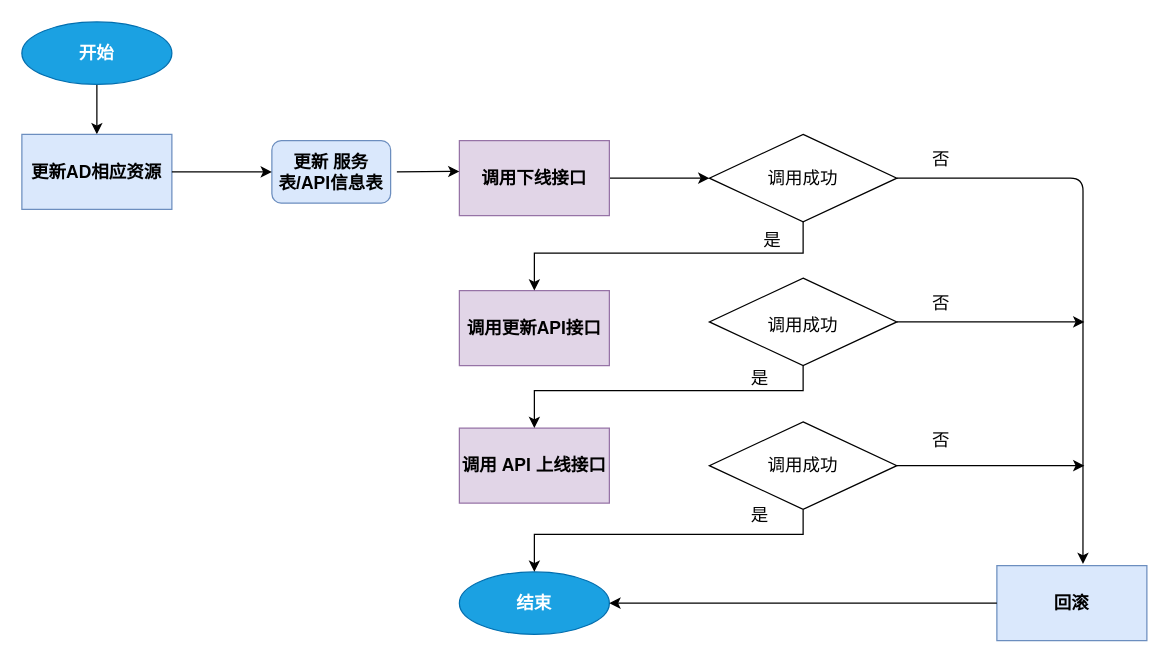
Above: page "修改API服务流程" (1 of 5) of 国税总局迭代三设计.drawio in helemile/notes (draw.io), before the change. Source tidied: cells renumbered, new cells numbered last; positions are measured from the earlier drawing's top-left corner, leaving out a move shared by most shapes. Both pictures are drawn from the tidied source at 125%, with x=0, y=0 at pixel (21, 21).
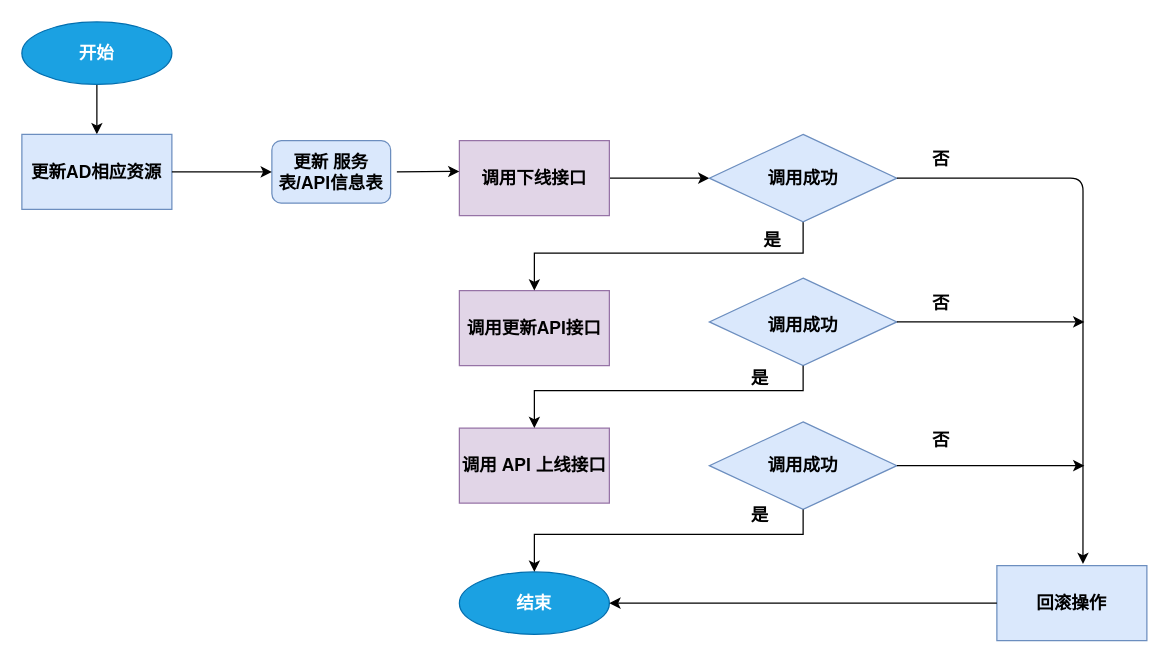
After the change.

Unchanged cells that the change refers to:
```xml
<mxCell id="3" value="调用下线接口" style="rounded=0;whiteSpace=wrap;html=1;fontSize=14;fillColor=#e1d5e7;strokeColor=#9673a6;fontStyle=1;" parent="1" vertex="1">
  <mxGeometry x="350" y="95" width="120" height="60" as="geometry" />
</mxCell>
<mxCell id="8" value="结束" style="ellipse;whiteSpace=wrap;html=1;fontSize=14;fillColor=#1ba1e2;strokeColor=#006EAF;fontColor=#ffffff;fontStyle=1;" parent="1" vertex="1">
  <mxGeometry x="350" y="440" width="120" height="50" as="geometry" />
</mxCell>
<mxCell id="9" value="更新AD相应资源" style="rounded=0;whiteSpace=wrap;html=1;fontSize=14;fillColor=#dae8fc;strokeColor=#6c8ebf;fontStyle=1;" parent="1" vertex="1">
  <mxGeometry y="90" width="120" height="60" as="geometry" />
</mxCell>
<mxCell id="26" value="更新 服务表/API信息表" style="rounded=1;whiteSpace=wrap;html=1;fontSize=14;fontStyle=1;fillColor=#dae8fc;strokeColor=#6c8ebf;" parent="1" vertex="1">
  <mxGeometry x="200" y="95" width="95" height="50" as="geometry" />
</mxCell>
```

The edit, as a diff of the source:
```diff
@@
-    <mxCell id="2" style="edgeStyle=orthogonalEdgeStyle;rounded=0;jettySize=auto;html=1;fontSize=14;" parent="1" edge="1" source="3">
+    <mxCell id="2" style="edgeStyle=orthogonalEdgeStyle;rounded=0;jettySize=auto;html=1;fontSize=14;fontStyle=1;" parent="1" edge="1" source="3">
       <mxGeometry relative="1" as="geometry">
         <mxPoint x="550" y="125" as="targetPoint" />
       </mxGeometry>
     </mxCell>
@@
-    <mxCell id="10" style="edgeStyle=orthogonalEdgeStyle;rounded=0;jettySize=auto;html=1;fontSize=14;" parent="1" edge="1" source="11">
+    <mxCell id="10" style="edgeStyle=orthogonalEdgeStyle;rounded=0;jettySize=auto;html=1;fontSize=14;fontStyle=1;" parent="1" edge="1" source="11">
       <mxGeometry relative="1" as="geometry">
         <mxPoint x="410" y="215" as="targetPoint" />
         <Array as="points">
           <mxPoint x="625" y="185" />
           <mxPoint x="410" y="185" />
           <mxPoint x="410" y="215" />
         </Array>
       </mxGeometry>
     </mxCell>
-    <mxCell id="11" style="rhombus;whiteSpace=wrap;html=1;fontSize=14;align=left;" parent="1" vertex="1">
+    <mxCell id="11" style="rhombus;whiteSpace=wrap;html=1;fontSize=14;align=left;fillColor=#dae8fc;strokeColor=#6c8ebf;fontStyle=1;" parent="1" vertex="1">
       <mxGeometry x="550" y="90" width="150" height="70" as="geometry" />
     </mxCell>
-    <mxCell id="12" value="调用成功" style="text;html=1;strokeColor=none;fillColor=none;align=center;verticalAlign=middle;whiteSpace=wrap;rounded=0;fontSize=14;" parent="1" vertex="1">
+    <mxCell id="12" value="调用成功" style="text;html=1;strokeColor=none;fillColor=none;align=center;verticalAlign=middle;whiteSpace=wrap;rounded=0;fontSize=14;fontStyle=1;" parent="1" vertex="1">
       <mxGeometry x="585" y="115" width="80" height="20" as="geometry" />
     </mxCell>
-    <mxCell id="13" value="回滚" style="rounded=0;whiteSpace=wrap;html=1;fontSize=14;fillColor=#dae8fc;strokeColor=#6c8ebf;fontStyle=1;" parent="1" vertex="1">
+    <mxCell id="13" value="回滚操作" style="rounded=0;whiteSpace=wrap;html=1;fontSize=14;fillColor=#dae8fc;strokeColor=#6c8ebf;fontStyle=1;" parent="1" vertex="1">
       <mxGeometry x="780" y="435" width="120" height="60" as="geometry" />
     </mxCell>
-    <mxCell id="14" style="rhombus;whiteSpace=wrap;html=1;fontSize=14;align=left;" parent="1" vertex="1">
+    <mxCell id="14" style="rhombus;whiteSpace=wrap;html=1;fontSize=14;align=left;fillColor=#dae8fc;strokeColor=#6c8ebf;fontStyle=1;" parent="1" vertex="1">
       <mxGeometry x="550" y="205" width="150" height="70" as="geometry" />
     </mxCell>
-    <mxCell id="15" value="调用成功" style="text;html=1;strokeColor=none;fillColor=none;align=center;verticalAlign=middle;whiteSpace=wrap;rounded=0;fontSize=14;" parent="1" vertex="1">
+    <mxCell id="15" value="调用成功" style="text;html=1;strokeColor=none;fillColor=none;align=center;verticalAlign=middle;whiteSpace=wrap;rounded=0;fontSize=14;fontStyle=1;" parent="1" vertex="1">
       <mxGeometry x="590" y="230" width="70" height="25" as="geometry" />
     </mxCell>
-    <mxCell id="16" style="edgeStyle=orthogonalEdgeStyle;rounded=0;orthogonalLoop=1;jettySize=auto;html=1;fontSize=14;" parent="1" edge="1">
+    <mxCell id="16" style="edgeStyle=orthogonalEdgeStyle;rounded=0;orthogonalLoop=1;jettySize=auto;html=1;fontSize=14;fontStyle=1;" parent="1" edge="1">
       <mxGeometry relative="1" as="geometry">
         <mxPoint x="625" y="275" as="sourcePoint" />
         <mxPoint x="410" y="325" as="targetPoint" />
         <Array as="points">
           <mxPoint x="625" y="295" />
           <mxPoint x="410" y="295" />
           <mxPoint x="410" y="325" />
         </Array>
       </mxGeometry>
     </mxCell>
-    <mxCell id="17" style="rhombus;whiteSpace=wrap;html=1;fontSize=14;align=left;" parent="1" vertex="1">
+    <mxCell id="17" style="rhombus;whiteSpace=wrap;html=1;fontSize=14;align=left;fillColor=#dae8fc;strokeColor=#6c8ebf;fontStyle=1;" parent="1" vertex="1">
       <mxGeometry x="550" y="320" width="150" height="70" as="geometry" />
     </mxCell>
-    <mxCell id="18" style="edgeStyle=orthogonalEdgeStyle;rounded=0;orthogonalLoop=1;jettySize=auto;html=1;fontSize=14;" parent="1" edge="1">
+    <mxCell id="18" style="edgeStyle=orthogonalEdgeStyle;rounded=0;orthogonalLoop=1;jettySize=auto;html=1;fontSize=14;fontStyle=1;" parent="1" edge="1">
       <mxGeometry relative="1" as="geometry">
         <mxPoint x="625" y="390" as="sourcePoint" />
         <mxPoint x="410" y="440" as="targetPoint" />
         <Array as="points">
           <mxPoint x="625" y="410" />
           <mxPoint x="410" y="410" />
           <mxPoint x="410" y="440" />
         </Array>
       </mxGeometry>
     </mxCell>
-    <mxCell id="19" value="调用成功" style="text;html=1;strokeColor=none;fillColor=none;align=center;verticalAlign=middle;whiteSpace=wrap;rounded=0;fontSize=14;" parent="1" vertex="1">
+    <mxCell id="19" value="调用成功" style="text;html=1;strokeColor=none;fillColor=none;align=center;verticalAlign=middle;whiteSpace=wrap;rounded=0;fontSize=14;fontStyle=1;" parent="1" vertex="1">
       <mxGeometry x="590" y="342.5" width="70" height="25" as="geometry" />
     </mxCell>
-    <mxCell id="20" value="是" style="text;html=1;align=center;verticalAlign=middle;strokeColor=none;fontSize=14;" parent="1" vertex="1">
+    <mxCell id="20" value="是" style="text;html=1;align=center;verticalAlign=middle;strokeColor=none;fontSize=14;fontStyle=1;" parent="1" vertex="1">
       <mxGeometry x="585" y="165" width="30" height="20" as="geometry" />
     </mxCell>
-    <mxCell id="21" value="是" style="text;html=1;align=center;verticalAlign=middle;strokeColor=none;fontSize=14;" parent="1" vertex="1">
+    <mxCell id="21" value="是" style="text;html=1;align=center;verticalAlign=middle;strokeColor=none;fontSize=14;fontStyle=1;" parent="1" vertex="1">
       <mxGeometry x="575" y="275" width="30" height="20" as="geometry" />
     </mxCell>
-    <mxCell id="22" value="是" style="text;html=1;align=center;verticalAlign=middle;strokeColor=none;fontSize=14;" parent="1" vertex="1">
+    <mxCell id="22" value="是" style="text;html=1;align=center;verticalAlign=middle;strokeColor=none;fontSize=14;fontStyle=1;" parent="1" vertex="1">
       <mxGeometry x="575" y="385" width="30" height="20" as="geometry" />
     </mxCell>
-    <mxCell id="23" style="endArrow=classic;html=1;fontSize=14;exitX=1;exitY=0.5;exitDx=0;exitDy=0;entryX=0.574;entryY=-0.022;entryDx=0;entryDy=0;entryPerimeter=0;edgeStyle=orthogonalEdgeStyle;" parent="1" edge="1" source="11" target="13">
+    <mxCell id="23" style="endArrow=classic;html=1;fontSize=14;exitX=1;exitY=0.5;exitDx=0;exitDy=0;entryX=0.574;entryY=-0.022;entryDx=0;entryDy=0;entryPerimeter=0;edgeStyle=orthogonalEdgeStyle;fontStyle=1;" parent="1" edge="1" source="11" target="13">
       <mxGeometry relative="1" as="geometry" />
     </mxCell>
-    <mxCell id="24" style="endArrow=classic;html=1;fontSize=14;exitX=1;exitY=0.5;exitDx=0;exitDy=0;" parent="1" edge="1" source="14">
+    <mxCell id="24" style="endArrow=classic;html=1;fontSize=14;exitX=1;exitY=0.5;exitDx=0;exitDy=0;fontStyle=1;" parent="1" edge="1" source="14">
       <mxGeometry relative="1" as="geometry">
         <mxPoint x="850" y="240" as="targetPoint" />
       </mxGeometry>
     </mxCell>
-    <mxCell id="25" style="endArrow=classic;html=1;fontSize=14;exitX=1;exitY=0.5;exitDx=0;exitDy=0;" parent="1" edge="1" source="17">
+    <mxCell id="25" style="endArrow=classic;html=1;fontSize=14;exitX=1;exitY=0.5;exitDx=0;exitDy=0;fontStyle=1;" parent="1" edge="1" source="17">
       <mxGeometry relative="1" as="geometry">
         <mxPoint x="850" y="355" as="targetPoint" />
       </mxGeometry>
     </mxCell>
@@
-    <mxCell id="27" style="endArrow=classic;html=1;fontSize=14;exitX=1;exitY=0.5;exitDx=0;exitDy=0;entryX=0;entryY=0.5;entryDx=0;entryDy=0;" parent="1" edge="1" source="9" target="26">
+    <mxCell id="27" style="endArrow=classic;html=1;fontSize=14;exitX=1;exitY=0.5;exitDx=0;exitDy=0;entryX=0;entryY=0.5;entryDx=0;entryDy=0;fontStyle=1;" parent="1" edge="1" source="9" target="26">
       <mxGeometry relative="1" as="geometry" />
     </mxCell>
-    <mxCell id="28" style="endArrow=classic;html=1;fontSize=14;entryX=0;entryY=0.5;entryDx=0;entryDy=0;" parent="1" edge="1">
+    <mxCell id="28" style="endArrow=classic;html=1;fontSize=14;entryX=0;entryY=0.5;entryDx=0;entryDy=0;fontStyle=1;" parent="1" edge="1">
       <mxGeometry relative="1" as="geometry">
         <mxPoint x="300" y="120" as="sourcePoint" />
         <mxPoint x="350" y="119.6" as="targetPoint" />
       </mxGeometry>
     </mxCell>
-    <mxCell id="29" style="endArrow=classic;html=1;fontSize=14;exitX=0;exitY=0.5;exitDx=0;exitDy=0;entryX=1;entryY=0.5;entryDx=0;entryDy=0;" parent="1" edge="1" source="13" target="8">
+    <mxCell id="29" style="endArrow=classic;html=1;fontSize=14;exitX=0;exitY=0.5;exitDx=0;exitDy=0;entryX=1;entryY=0.5;entryDx=0;entryDy=0;fontStyle=1;" parent="1" edge="1" source="13" target="8">
       <mxGeometry relative="1" as="geometry" />
     </mxCell>
-    <mxCell id="30" value="否" style="text;html=1;align=center;verticalAlign=middle;strokeColor=none;fontSize=14;" parent="1" vertex="1">
+    <mxCell id="30" value="否" style="text;html=1;align=center;verticalAlign=middle;strokeColor=none;fontSize=14;fontStyle=1;" parent="1" vertex="1">
       <mxGeometry x="720" y="100" width="30" height="20" as="geometry" />
     </mxCell>
-    <mxCell id="31" value="否" style="text;html=1;align=center;verticalAlign=middle;strokeColor=none;fontSize=14;" parent="1" vertex="1">
+    <mxCell id="31" value="否" style="text;html=1;align=center;verticalAlign=middle;strokeColor=none;fontSize=14;fontStyle=1;" parent="1" vertex="1">
       <mxGeometry x="720" y="215" width="30" height="20" as="geometry" />
     </mxCell>
-    <mxCell id="32" value="否" style="text;html=1;align=center;verticalAlign=middle;strokeColor=none;fontSize=14;" parent="1" vertex="1">
+    <mxCell id="32" value="否" style="text;html=1;align=center;verticalAlign=middle;strokeColor=none;fontSize=14;fontStyle=1;" parent="1" vertex="1">
       <mxGeometry x="720" y="325" width="30" height="20" as="geometry" />
     </mxCell>
```
